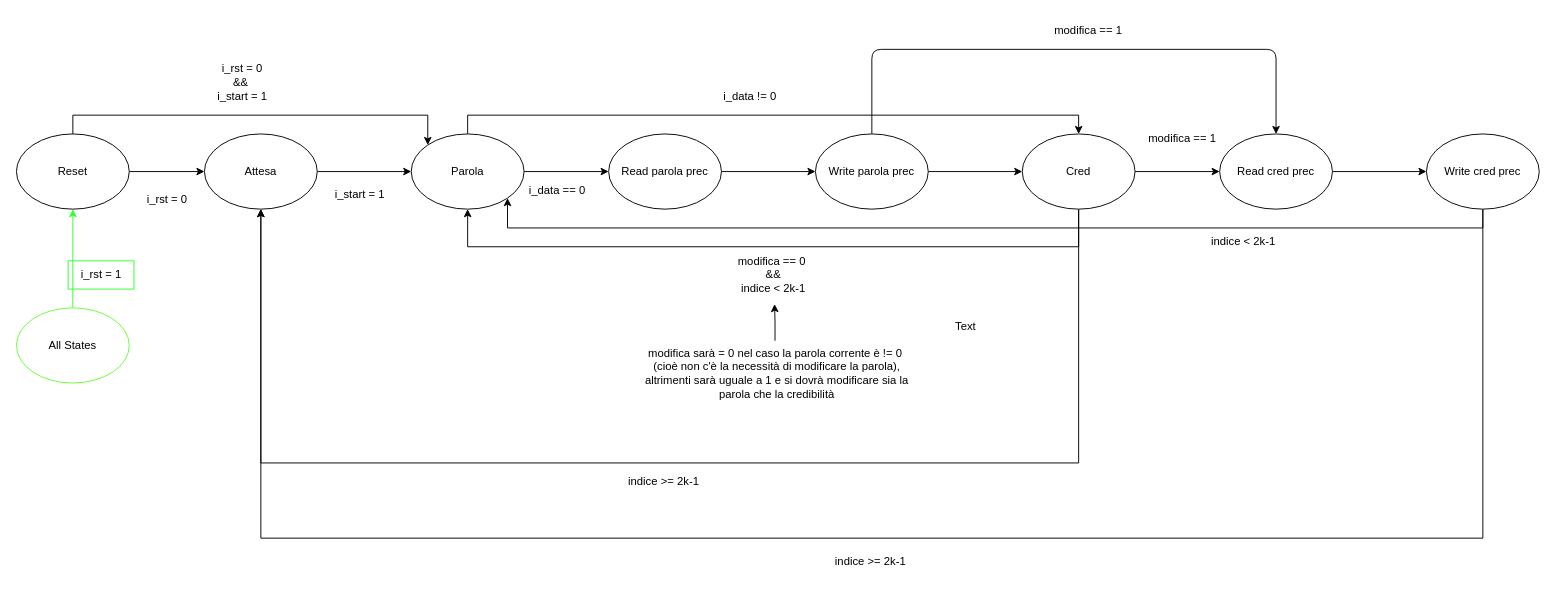
The draw.io diagram FSM_RL.drawio in orlandoparise/Progetto-Reti-Logiche-2023-2024, before the edit. Source tidied: cells renumbered, new cells numbered last; positions are measured from the earlier drawing's top-left corner, leaving out a move shared by most shapes. Both pictures are drawn from the tidied source at 94%, with x=0, y=0 at pixel (16, 16).
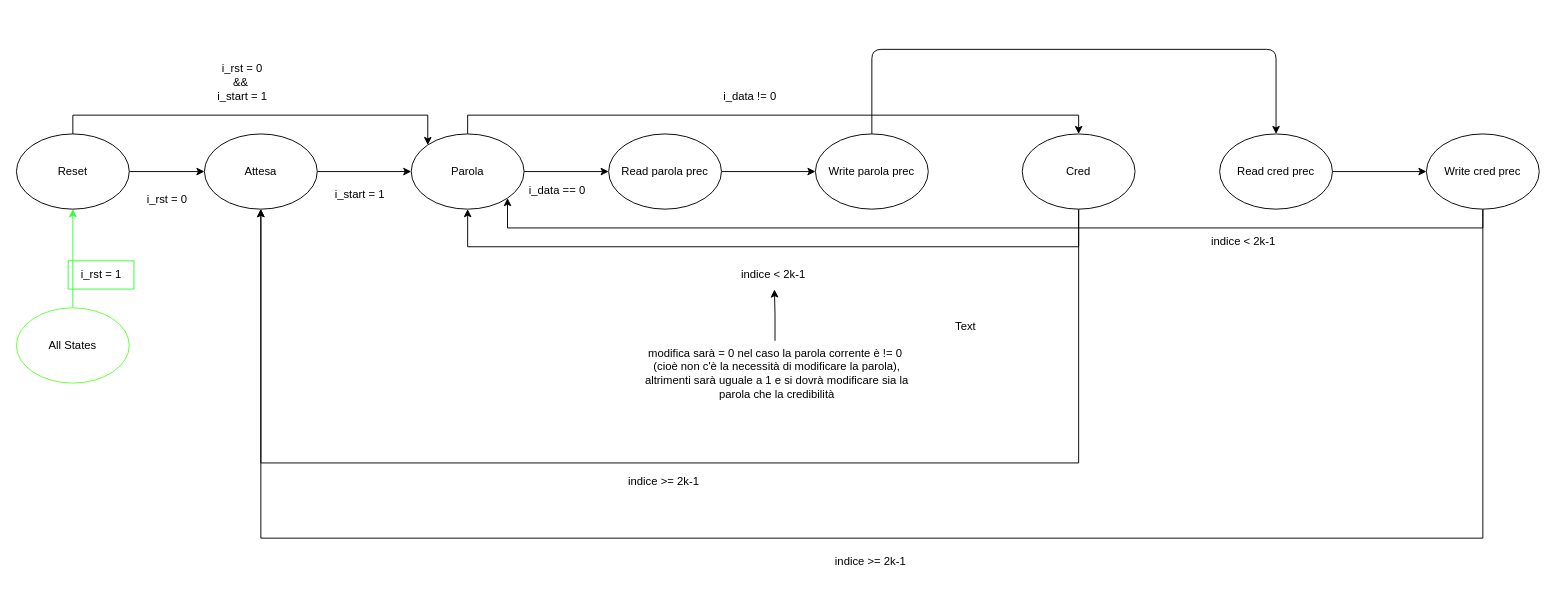
After the change.

Commit message:
removed transition from write_parola_prec to cred and removed the modifica signal

The change refers to these unchanged cells:
```xml
<mxCell id="3" value="Read cred prec" style="ellipse;whiteSpace=wrap;html=1;" parent="1" vertex="1">
  <mxGeometry x="1280" y="125" width="120" height="80" as="geometry" />
</mxCell>
<mxCell id="7" value="Cred" style="ellipse;whiteSpace=wrap;html=1;" parent="1" vertex="1">
  <mxGeometry x="1070" y="125" width="120" height="80" as="geometry" />
</mxCell>
<mxCell id="22" value="Write parola prec" style="ellipse;whiteSpace=wrap;html=1;" parent="1" vertex="1">
  <mxGeometry x="850" y="125" width="120" height="80" as="geometry" />
</mxCell>
```

Diff of the diagram source:
```diff
@@
-    <mxCell id="4" style="edgeStyle=orthogonalEdgeStyle;rounded=0;jettySize=auto;html=1;exitX=1;exitY=0.5;exitDx=0;exitDy=0;" parent="1" edge="1" source="7" target="3">
-      <mxGeometry relative="1" as="geometry" />
-    </mxCell>
@@
-    <mxCell id="21" style="edgeStyle=orthogonalEdgeStyle;rounded=0;jettySize=auto;html=1;exitX=1;exitY=0.5;exitDx=0;exitDy=0;" parent="1" edge="1" source="22" target="7">
-      <mxGeometry relative="1" as="geometry" />
-    </mxCell>
@@
-    <mxCell id="27" value="modifica == 0&amp;nbsp;&lt;br&gt;&amp;amp;&amp;amp;&lt;br&gt;indice &amp;lt; 2k-1" style="text;html=1;align=center;verticalAlign=middle;points=[];strokeColor=none;fillColor=none;" parent="1" vertex="1">
-      <mxGeometry x="755" y="245" width="100" height="60" as="geometry" />
+    <mxCell id="27" value="indice &amp;lt; 2k-1" style="text;html=1;align=center;verticalAlign=middle;points=[];strokeColor=none;fillColor=none;" parent="1" vertex="1">
+      <mxGeometry x="760" y="260" width="90" height="30" as="geometry" />
     </mxCell>
@@
-    <mxCell id="30" value="modifica == 1" style="text;html=1;align=center;verticalAlign=middle;strokeColor=none;fillColor=none;" parent="1" vertex="1">
-      <mxGeometry x="1190" y="115" width="100" height="30" as="geometry" />
-    </mxCell>
@@
-    <mxCell id="40" value="modifica == 1" style="text;html=1;align=center;verticalAlign=middle;strokeColor=none;fillColor=none;" parent="1" vertex="1">
-      <mxGeometry x="1090" width="100" height="30" as="geometry" />
-    </mxCell>
```
